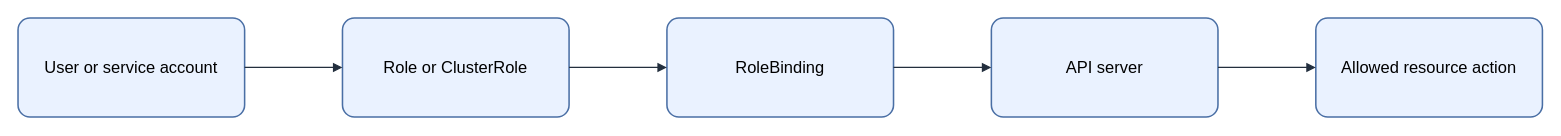
The draw.io diagram assets/img/kubernetes/kubernetes-rbac-binding.drawio in KKamJi98/kkamji98.github.io, before the edit. Source tidied: cells renumbered, new cells numbered last; positions are measured from the earlier drawing's top-left corner, leaving out a move shared by most shapes. Both pictures are drawn from the tidied source at 103%, with x=0, y=0 at pixel (18, 18).
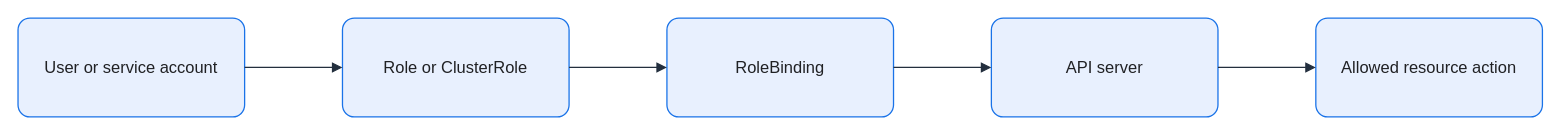
The same page after the edit.

The edit, as a diff of the source:
```diff
@@
 <mxGraphModel background="#FFFFFF">
   <root>
     <mxCell id="0" />
     <mxCell id="1" parent="0" />
-    <mxCell id="2" value="User or service account" style="rounded=1;arcSize=12;whiteSpace=wrap;html=0;fillColor=#EAF2FF;strokeColor=#4A6FA5;strokeWidth=1.5;fontColor=#000000;fontSize=16;align=center;verticalAlign=middle;spacing=8;shadow=0;" parent="1" vertex="1">
+    <mxCell id="2" value="User or service account" style="rounded=1;arcSize=12;whiteSpace=wrap;html=0;fillColor=#E8F0FE;strokeColor=#1A73E8;strokeWidth=1.25;fontColor=#202124;fontSize=16;align=center;verticalAlign=middle;spacing=8;shadow=0;" parent="1" vertex="1">
       <mxGeometry width="220" height="96" as="geometry" />
     </mxCell>
-    <mxCell id="3" value="Role or ClusterRole" style="rounded=1;arcSize=12;whiteSpace=wrap;html=0;fillColor=#EAF2FF;strokeColor=#4A6FA5;strokeWidth=1.5;fontColor=#000000;fontSize=16;align=center;verticalAlign=middle;spacing=8;shadow=0;" parent="1" vertex="1">
+    <mxCell id="3" value="Role or ClusterRole" style="rounded=1;arcSize=12;whiteSpace=wrap;html=0;fillColor=#E8F0FE;strokeColor=#1A73E8;strokeWidth=1.25;fontColor=#202124;fontSize=16;align=center;verticalAlign=middle;spacing=8;shadow=0;" parent="1" vertex="1">
       <mxGeometry x="315" width="220" height="96" as="geometry" />
     </mxCell>
-    <mxCell id="4" value="RoleBinding" style="rounded=1;arcSize=12;whiteSpace=wrap;html=0;fillColor=#EAF2FF;strokeColor=#4A6FA5;strokeWidth=1.5;fontColor=#000000;fontSize=16;align=center;verticalAlign=middle;spacing=8;shadow=0;" parent="1" vertex="1">
+    <mxCell id="4" value="RoleBinding" style="rounded=1;arcSize=12;whiteSpace=wrap;html=0;fillColor=#E8F0FE;strokeColor=#1A73E8;strokeWidth=1.25;fontColor=#202124;fontSize=16;align=center;verticalAlign=middle;spacing=8;shadow=0;" parent="1" vertex="1">
       <mxGeometry x="630" width="220" height="96" as="geometry" />
     </mxCell>
-    <mxCell id="5" value="API server" style="rounded=1;arcSize=12;whiteSpace=wrap;html=0;fillColor=#EAF2FF;strokeColor=#4A6FA5;strokeWidth=1.5;fontColor=#000000;fontSize=16;align=center;verticalAlign=middle;spacing=8;shadow=0;" parent="1" vertex="1">
+    <mxCell id="5" value="API server" style="rounded=1;arcSize=12;whiteSpace=wrap;html=0;fillColor=#E8F0FE;strokeColor=#1A73E8;strokeWidth=1.25;fontColor=#202124;fontSize=16;align=center;verticalAlign=middle;spacing=8;shadow=0;" parent="1" vertex="1">
       <mxGeometry x="945" width="220" height="96" as="geometry" />
     </mxCell>
-    <mxCell id="6" value="Allowed resource action" style="rounded=1;arcSize=12;whiteSpace=wrap;html=0;fillColor=#EAF2FF;strokeColor=#4A6FA5;strokeWidth=1.5;fontColor=#000000;fontSize=16;align=center;verticalAlign=middle;spacing=8;shadow=0;" parent="1" vertex="1">
+    <mxCell id="6" value="Allowed resource action" style="rounded=1;arcSize=12;whiteSpace=wrap;html=0;fillColor=#E8F0FE;strokeColor=#1A73E8;strokeWidth=1.25;fontColor=#202124;fontSize=16;align=center;verticalAlign=middle;spacing=8;shadow=0;" parent="1" vertex="1">
       <mxGeometry x="1260" width="220" height="96" as="geometry" />
     </mxCell>
-    <mxCell id="7" style="edgeStyle=orthogonalEdgeStyle;rounded=0;jettySize=auto;html=0;endArrow=block;endFill=1;strokeColor=#232F3E;strokeWidth=1.25;fontColor=#000000;labelBackgroundColor=none;exitX=1;exitY=0.5;exitDx=0;exitDy=0;entryX=0;entryY=0.5;entryDx=0;entryDy=0;" parent="1" edge="1" source="2" target="3">
+    <mxCell id="7" style="edgeStyle=orthogonalEdgeStyle;rounded=0;jettySize=auto;html=0;endArrow=block;endFill=1;strokeColor=#232F3E;strokeWidth=1.25;fontColor=#202124;labelBackgroundColor=none;exitX=1;exitY=0.5;exitDx=0;exitDy=0;entryX=0;entryY=0.5;entryDx=0;entryDy=0;endSize=7;" parent="1" edge="1" source="2" target="3">
       <mxGeometry relative="1" as="geometry" />
     </mxCell>
-    <mxCell id="8" style="edgeStyle=orthogonalEdgeStyle;rounded=0;jettySize=auto;html=0;endArrow=block;endFill=1;strokeColor=#232F3E;strokeWidth=1.25;fontColor=#000000;labelBackgroundColor=none;exitX=1;exitY=0.5;exitDx=0;exitDy=0;entryX=0;entryY=0.5;entryDx=0;entryDy=0;" parent="1" edge="1" source="3" target="4">
+    <mxCell id="8" style="edgeStyle=orthogonalEdgeStyle;rounded=0;jettySize=auto;html=0;endArrow=block;endFill=1;strokeColor=#232F3E;strokeWidth=1.25;fontColor=#202124;labelBackgroundColor=none;exitX=1;exitY=0.5;exitDx=0;exitDy=0;entryX=0;entryY=0.5;entryDx=0;entryDy=0;endSize=7;" parent="1" edge="1" source="3" target="4">
       <mxGeometry relative="1" as="geometry" />
     </mxCell>
-    <mxCell id="9" style="edgeStyle=orthogonalEdgeStyle;rounded=0;jettySize=auto;html=0;endArrow=block;endFill=1;strokeColor=#232F3E;strokeWidth=1.25;fontColor=#000000;labelBackgroundColor=none;exitX=1;exitY=0.5;exitDx=0;exitDy=0;entryX=0;entryY=0.5;entryDx=0;entryDy=0;" parent="1" edge="1" source="4" target="5">
+    <mxCell id="9" style="edgeStyle=orthogonalEdgeStyle;rounded=0;jettySize=auto;html=0;endArrow=block;endFill=1;strokeColor=#232F3E;strokeWidth=1.25;fontColor=#202124;labelBackgroundColor=none;exitX=1;exitY=0.5;exitDx=0;exitDy=0;entryX=0;entryY=0.5;entryDx=0;entryDy=0;endSize=7;" parent="1" edge="1" source="4" target="5">
       <mxGeometry relative="1" as="geometry" />
     </mxCell>
-    <mxCell id="10" style="edgeStyle=orthogonalEdgeStyle;rounded=0;jettySize=auto;html=0;endArrow=block;endFill=1;strokeColor=#232F3E;strokeWidth=1.25;fontColor=#000000;labelBackgroundColor=none;exitX=1;exitY=0.5;exitDx=0;exitDy=0;entryX=0;entryY=0.5;entryDx=0;entryDy=0;" parent="1" edge="1" source="5" target="6">
+    <mxCell id="10" style="edgeStyle=orthogonalEdgeStyle;rounded=0;jettySize=auto;html=0;endArrow=block;endFill=1;strokeColor=#232F3E;strokeWidth=1.25;fontColor=#202124;labelBackgroundColor=none;exitX=1;exitY=0.5;exitDx=0;exitDy=0;entryX=0;entryY=0.5;entryDx=0;entryDy=0;endSize=7;" parent="1" edge="1" source="5" target="6">
       <mxGeometry relative="1" as="geometry" />
     </mxCell>
   </root>
 </mxGraphModel>
```
